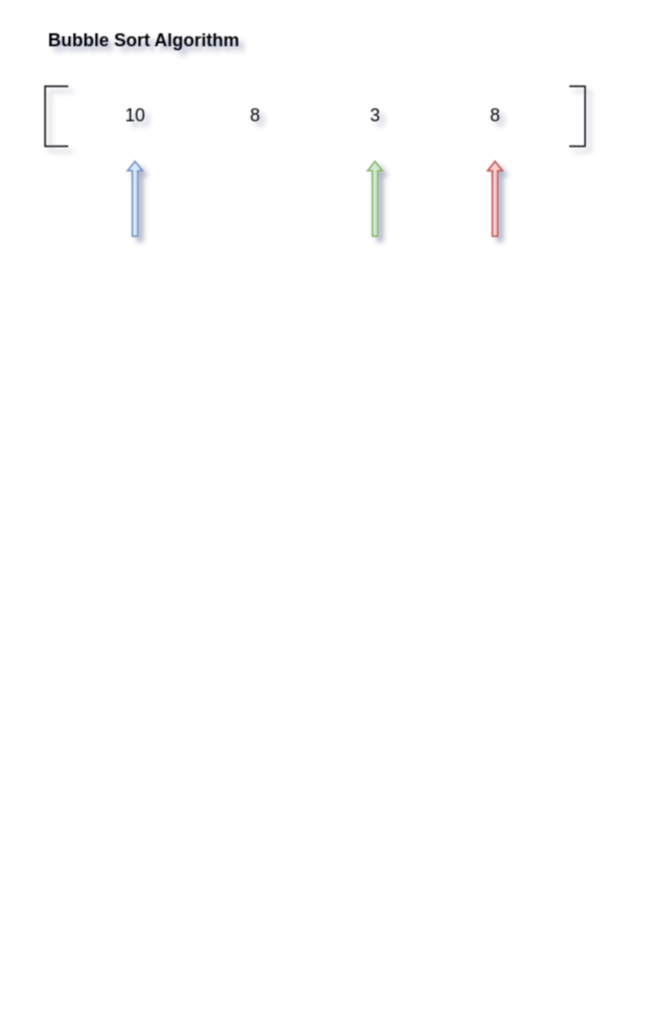
razaman2/diagram keeps this draw.io diagram as Algorithm Analysis.drawio. Above is the earlier version. Source tidied: cells renumbered, new cells numbered last; positions are measured from the earlier drawing's top-left corner, leaving out a move shared by most shapes. Both pictures are drawn from the tidied source at 150%, with x=0, y=0 at pixel (26, 26).
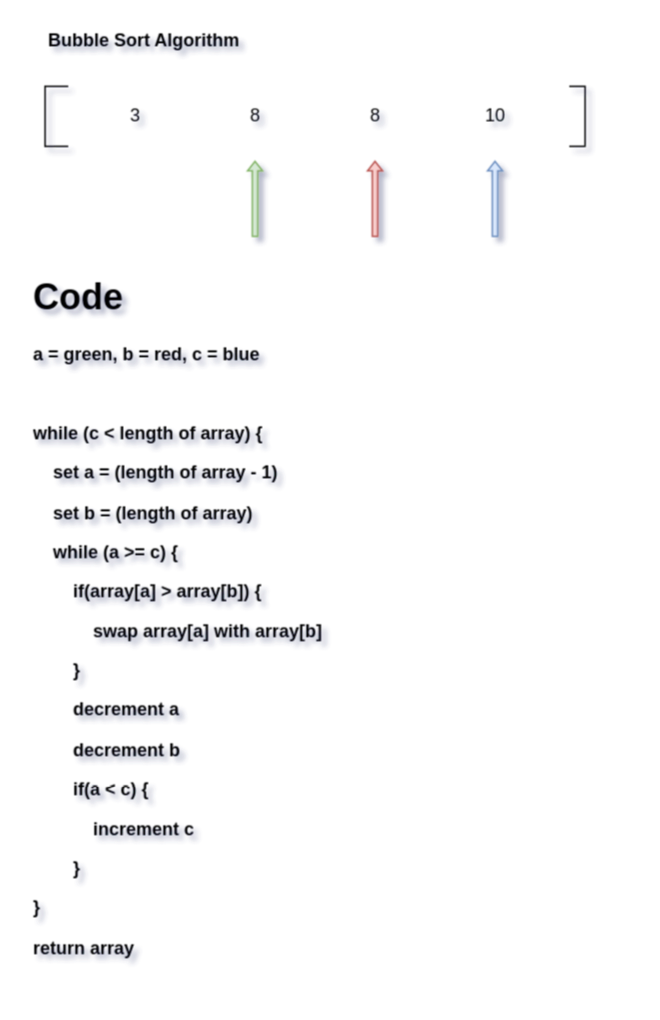
The same page after the edit.

Commit message:
added code implementation

The edit, as a diff of the source:
```diff
@@
 <mxGraphModel shadow="1">
   <root>
     <mxCell id="0" />
     <mxCell id="1" parent="0" />
     <mxCell id="2" style="group;" parent="1" vertex="1">
       <mxGeometry width="387.5" height="140" as="geometry" />
     </mxCell>
     <mxCell id="3" style="html=1;shadow=0;dashed=0;align=center;verticalAlign=middle;shape=mxgraph.arrows2.arrow;dy=0.64;dx=6.4;direction=north;notch=0;fillColor=#f8cecc;strokeColor=#b85450;" parent="2" vertex="1">
-      <mxGeometry x="307.5" y="90" width="10" height="50" as="geometry" />
+      <mxGeometry x="227.5" y="90" width="10" height="50" as="geometry" />
     </mxCell>
     <mxCell id="4" style="html=1;shadow=0;dashed=0;align=center;verticalAlign=middle;shape=mxgraph.arrows2.arrow;dy=0.64;dx=6.4;direction=north;notch=0;fillColor=#dae8fc;strokeColor=#6c8ebf;" parent="2" vertex="1">
-      <mxGeometry x="67.5" y="90" width="10" height="50" as="geometry" />
+      <mxGeometry x="307.5" y="90" width="10" height="50" as="geometry" />
     </mxCell>
     <mxCell id="5" style="shape=partialRectangle;whiteSpace=wrap;html=1;bottom=1;right=1;left=1;top=0;fillColor=none;routingCenterX=-0.5;rotation=90;" parent="2" vertex="1">
       <mxGeometry y="52.5" width="40" height="15" as="geometry" />
     </mxCell>
     <mxCell id="6" style="shape=partialRectangle;whiteSpace=wrap;html=1;bottom=1;right=1;left=1;top=0;fillColor=none;routingCenterX=-0.5;rotation=-90;" parent="2" vertex="1">
       <mxGeometry x="347.5" y="55" width="40" height="10" as="geometry" />
     </mxCell>
-    <mxCell id="7" value="8" style="text;html=1;strokeColor=none;fillColor=none;align=center;verticalAlign=middle;whiteSpace=wrap;rounded=0;" parent="2" vertex="1">
+    <mxCell id="7" value="10" style="text;html=1;strokeColor=none;fillColor=none;align=center;verticalAlign=middle;whiteSpace=wrap;rounded=0;" parent="2" vertex="1">
       <mxGeometry x="292.5" y="50" width="40" height="20" as="geometry" />
     </mxCell>
-    <mxCell id="8" value="3" style="text;html=1;strokeColor=none;fillColor=none;align=center;verticalAlign=middle;whiteSpace=wrap;rounded=0;" parent="2" vertex="1">
+    <mxCell id="8" value="8" style="text;html=1;strokeColor=none;fillColor=none;align=center;verticalAlign=middle;whiteSpace=wrap;rounded=0;" parent="2" vertex="1">
       <mxGeometry x="212.5" y="50" width="40" height="20" as="geometry" />
     </mxCell>
     <mxCell id="9" value="8" style="text;html=1;strokeColor=none;fillColor=none;align=center;verticalAlign=middle;whiteSpace=wrap;rounded=0;" parent="2" vertex="1">
       <mxGeometry x="132.5" y="50" width="40" height="20" as="geometry" />
     </mxCell>
-    <mxCell id="10" value="10" style="text;html=1;strokeColor=none;fillColor=none;align=center;verticalAlign=middle;whiteSpace=wrap;rounded=0;" parent="2" vertex="1">
+    <mxCell id="10" value="3" style="text;html=1;strokeColor=none;fillColor=none;align=center;verticalAlign=middle;whiteSpace=wrap;rounded=0;" parent="2" vertex="1">
       <mxGeometry x="52.5" y="50" width="40" height="20" as="geometry" />
     </mxCell>
     <mxCell id="11" style="html=1;shadow=0;dashed=0;align=center;verticalAlign=middle;shape=mxgraph.arrows2.arrow;dy=0.64;dx=6.4;direction=north;notch=0;fillColor=#d5e8d4;strokeColor=#82b366;" parent="2" vertex="1">
-      <mxGeometry x="227.5" y="90" width="10" height="50" as="geometry" />
+      <mxGeometry x="147.5" y="90" width="10" height="50" as="geometry" />
     </mxCell>
     <mxCell id="12" value="Bubble Sort Algorithm" style="text;html=1;strokeColor=none;fillColor=none;align=left;verticalAlign=middle;whiteSpace=wrap;rounded=0;fontStyle=1;" parent="2" vertex="1">
       <mxGeometry x="12.5" width="240" height="20" as="geometry" />
     </mxCell>
+    <mxCell id="13" value="&lt;h1&gt;Code&lt;/h1&gt;&lt;p&gt;&lt;b&gt;a = green,&amp;nbsp;&lt;span&gt;b = red,&amp;nbsp;&lt;/span&gt;&lt;span&gt;c = blue&lt;/span&gt;&lt;/b&gt;&lt;/p&gt;&lt;p&gt;&lt;b&gt;&lt;span&gt;&lt;br&gt;&lt;/span&gt;&lt;/b&gt;&lt;/p&gt;&lt;p&gt;&lt;span&gt;&lt;b&gt;while (c &amp;lt; length of array) {&lt;/b&gt;&lt;/span&gt;&lt;/p&gt;&lt;p&gt;&lt;span&gt;&lt;b&gt;&amp;nbsp; &amp;nbsp; set a = (length of array - 1)&lt;/b&gt;&lt;/span&gt;&lt;/p&gt;&lt;p&gt;&lt;span&gt;&lt;b&gt;&amp;nbsp; &amp;nbsp; set b = (length of array)&lt;/b&gt;&lt;/span&gt;&lt;/p&gt;&lt;p&gt;&lt;span&gt;&lt;b&gt;&amp;nbsp; &amp;nbsp; while (a &amp;gt;= c) {&lt;/b&gt;&lt;/span&gt;&lt;/p&gt;&lt;p&gt;&lt;span&gt;&lt;b&gt;&amp;nbsp; &amp;nbsp; &amp;nbsp; &amp;nbsp; if(array[a] &amp;gt; array[b]) {&lt;/b&gt;&lt;/span&gt;&lt;/p&gt;&lt;p&gt;&lt;span&gt;&lt;b&gt;&amp;nbsp; &amp;nbsp; &amp;nbsp; &amp;nbsp; &amp;nbsp; &amp;nbsp; swap array[a] with array[b]&lt;/b&gt;&lt;/span&gt;&lt;/p&gt;&lt;p&gt;&lt;span&gt;&lt;b&gt;&amp;nbsp; &amp;nbsp; &amp;nbsp; &amp;nbsp; }&lt;/b&gt;&lt;/span&gt;&lt;/p&gt;&lt;p&gt;&lt;span&gt;&lt;b&gt;&amp;nbsp; &amp;nbsp; &amp;nbsp; &amp;nbsp; decrement a&lt;/b&gt;&lt;/span&gt;&lt;/p&gt;&lt;p&gt;&lt;span&gt;&lt;b&gt;&amp;nbsp; &amp;nbsp; &amp;nbsp; &amp;nbsp; decrement b&lt;/b&gt;&lt;/span&gt;&lt;/p&gt;&lt;p&gt;&lt;span&gt;&lt;b&gt;&amp;nbsp; &amp;nbsp; &amp;nbsp; &amp;nbsp; if(a &amp;lt; c) {&lt;/b&gt;&lt;/span&gt;&lt;/p&gt;&lt;p&gt;&lt;b&gt;&amp;nbsp; &amp;nbsp; &amp;nbsp; &amp;nbsp; &amp;nbsp; &amp;nbsp; increment c&lt;/b&gt;&lt;/p&gt;&lt;p&gt;&lt;b&gt;&amp;nbsp; &amp;nbsp; &amp;nbsp; &amp;nbsp; }&lt;/b&gt;&lt;/p&gt;&lt;p&gt;&lt;b&gt;}&lt;/b&gt;&lt;/p&gt;&lt;p&gt;&lt;b&gt;return array&lt;/b&gt;&lt;/p&gt;&lt;p&gt;&lt;span&gt;&lt;br&gt;&lt;/span&gt;&lt;/p&gt;&lt;p&gt;&lt;span&gt;&lt;br&gt;&lt;/span&gt;&lt;/p&gt;&lt;p&gt;&lt;span&gt;&lt;br&gt;&lt;/span&gt;&lt;/p&gt;&lt;p&gt;&lt;br&gt;&lt;/p&gt;" style="text;html=1;strokeColor=none;fillColor=none;spacing=5;spacingTop=-20;whiteSpace=wrap;overflow=hidden;rounded=0;" parent="1" vertex="1">
+      <mxGeometry y="161" width="400" height="479" as="geometry" />
+    </mxCell>
   </root>
 </mxGraphModel>
```
